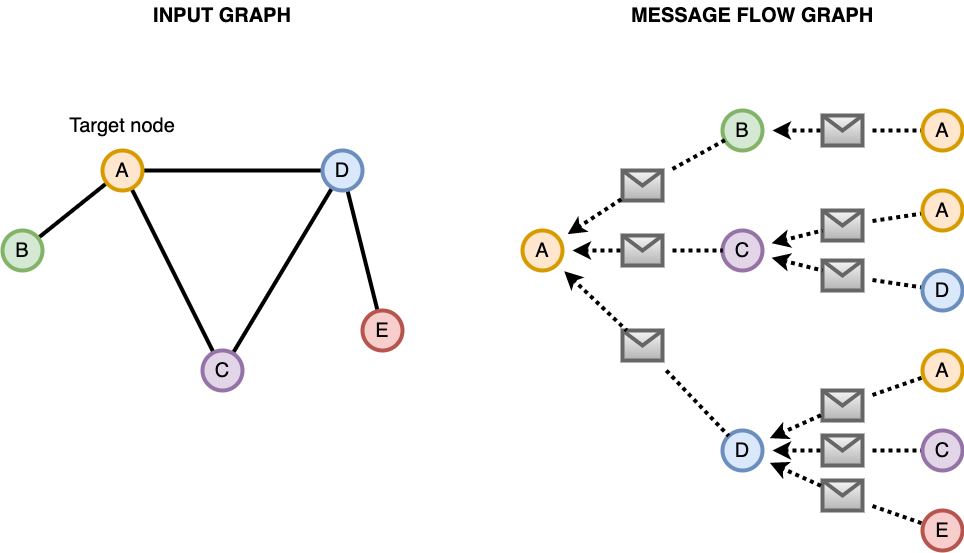
This is images/messpass.png from netspractice/network-science, a draw.io export, as it was before one commit. Source tidied: cells renumbered, new cells last; positions are measured from the earlier drawing's top-left corner, leaving out a move shared by most shapes.
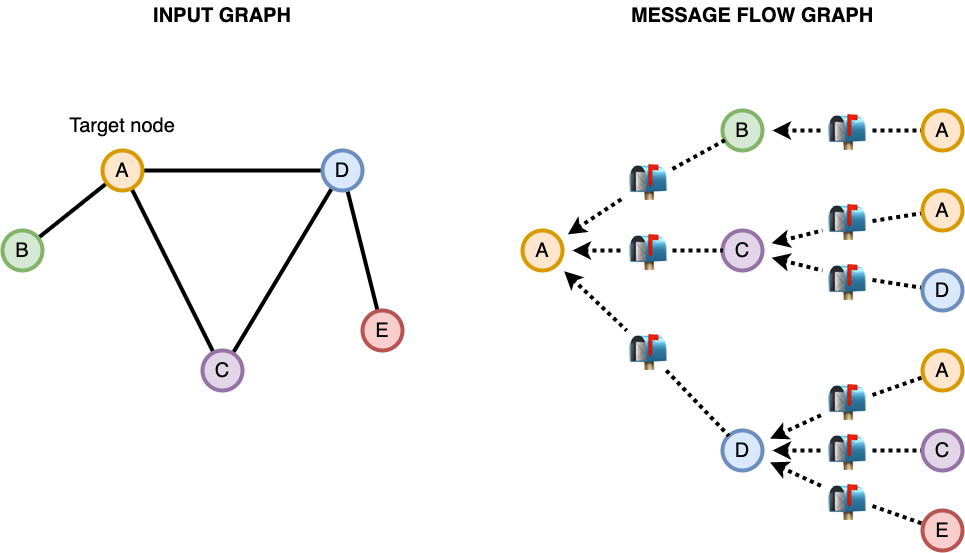
After the change.

Commit message:
upd mess pass image

Change to the diagram source:
```diff
@@ -32,41 +32,59 @@
     <mxCell id="11" value="E" style="ellipse;whiteSpace=wrap;html=1;strokeWidth=4;fillColor=#f8cecc;strokeColor=#b85450;fontSize=20;" parent="1" vertex="1">
       <mxGeometry x="360" y="310" width="40" height="40" as="geometry" />
     </mxCell>
-    <mxCell id="12" style="edgeStyle=none;rounded=0;jettySize=auto;html=1;startArrow=none;startFill=1;endArrow=none;endFill=0;strokeWidth=4;fontSize=20;targetPerimeterSpacing=0;sourcePerimeterSpacing=10;dashed=1;dashPattern=1 1;" parent="1" edge="1" source="37" target="28">
-      <mxGeometry relative="1" as="geometry" />
+    <mxCell id="12" style="edgeStyle=none;rounded=0;jettySize=auto;html=1;startArrow=none;startFill=1;endArrow=none;endFill=0;strokeWidth=4;fontSize=20;targetPerimeterSpacing=0;sourcePerimeterSpacing=10;dashed=1;dashPattern=1 1;" parent="1" edge="1" target="28">
+      <mxGeometry relative="1" as="geometry">
+        <mxPoint x="870" y="130" as="sourcePoint" />
+      </mxGeometry>
     </mxCell>
     <mxCell id="13" value="B" style="ellipse;whiteSpace=wrap;html=1;strokeWidth=4;fillColor=#d5e8d4;strokeColor=#82b366;fontSize=20;" parent="1" vertex="1">
       <mxGeometry x="720" y="110" width="40" height="40" as="geometry" />
     </mxCell>
-    <mxCell id="14" style="edgeStyle=none;rounded=0;jettySize=auto;html=1;startArrow=none;startFill=1;endArrow=none;endFill=0;strokeWidth=4;fontSize=20;targetPerimeterSpacing=0;sourcePerimeterSpacing=10;dashed=1;dashPattern=1 1;" parent="1" edge="1" source="41" target="25">
-      <mxGeometry relative="1" as="geometry" />
+    <mxCell id="14" style="edgeStyle=none;rounded=0;jettySize=auto;html=1;startArrow=none;startFill=1;endArrow=none;endFill=0;strokeWidth=4;fontSize=20;targetPerimeterSpacing=0;sourcePerimeterSpacing=10;dashed=1;dashPattern=1 1;" parent="1" edge="1" target="25">
+      <mxGeometry relative="1" as="geometry">
+        <mxPoint x="870" y="279.5" as="sourcePoint" />
+      </mxGeometry>
     </mxCell>
-    <mxCell id="15" style="edgeStyle=none;rounded=0;jettySize=auto;html=1;startArrow=none;startFill=1;endArrow=none;endFill=0;strokeWidth=4;fontSize=20;targetPerimeterSpacing=0;sourcePerimeterSpacing=10;dashed=1;dashPattern=1 1;" parent="1" edge="1" source="39" target="26">
-      <mxGeometry relative="1" as="geometry" />
+    <mxCell id="15" style="edgeStyle=none;rounded=0;jettySize=auto;html=1;startArrow=none;startFill=1;endArrow=none;endFill=0;strokeWidth=4;fontSize=20;targetPerimeterSpacing=0;sourcePerimeterSpacing=10;dashed=1;dashPattern=1 1;spacing=2;" parent="1" edge="1" target="26">
+      <mxGeometry relative="1" as="geometry">
+        <mxPoint x="870" y="220.5" as="sourcePoint" />
+      </mxGeometry>
     </mxCell>
     <mxCell id="16" value="C" style="ellipse;whiteSpace=wrap;html=1;strokeWidth=4;fillColor=#e1d5e7;strokeColor=#9673a6;fontSize=20;" parent="1" vertex="1">
       <mxGeometry x="720" y="230" width="40" height="40" as="geometry" />
     </mxCell>
-    <mxCell id="17" style="edgeStyle=none;rounded=0;jettySize=auto;html=1;startArrow=none;startFill=1;endArrow=none;endFill=0;strokeWidth=4;fontSize=20;targetPerimeterSpacing=0;sourcePerimeterSpacing=10;dashed=1;dashPattern=1 1;" parent="1" edge="1" source="48" target="27">
-      <mxGeometry relative="1" as="geometry" />
+    <mxCell id="17" style="edgeStyle=none;rounded=0;jettySize=auto;html=1;startArrow=none;startFill=1;endArrow=none;endFill=0;strokeWidth=4;fontSize=20;targetPerimeterSpacing=0;sourcePerimeterSpacing=10;dashed=1;dashPattern=1 1;" parent="1" edge="1" target="27">
+      <mxGeometry relative="1" as="geometry">
+        <mxPoint x="870" y="394.5" as="sourcePoint" />
+      </mxGeometry>
     </mxCell>
-    <mxCell id="18" style="edgeStyle=none;rounded=0;jettySize=auto;html=1;startArrow=none;startFill=1;endArrow=none;endFill=0;strokeWidth=4;fontSize=20;targetPerimeterSpacing=0;sourcePerimeterSpacing=10;dashed=1;dashPattern=1 1;" parent="1" edge="1" source="43" target="29">
-      <mxGeometry relative="1" as="geometry" />
+    <mxCell id="18" style="edgeStyle=none;rounded=0;jettySize=auto;html=1;startArrow=none;startFill=1;endArrow=none;endFill=0;strokeWidth=4;fontSize=20;targetPerimeterSpacing=0;sourcePerimeterSpacing=10;dashed=1;dashPattern=1 1;" parent="1" edge="1" target="29">
+      <mxGeometry relative="1" as="geometry">
+        <mxPoint x="870" y="450" as="sourcePoint" />
+      </mxGeometry>
     </mxCell>
-    <mxCell id="19" style="edgeStyle=none;rounded=0;jettySize=auto;html=1;startArrow=none;startFill=1;endArrow=none;endFill=0;strokeWidth=4;fontSize=20;targetPerimeterSpacing=0;sourcePerimeterSpacing=10;dashed=1;dashPattern=1 1;" parent="1" edge="1" source="45" target="30">
-      <mxGeometry relative="1" as="geometry" />
+    <mxCell id="19" style="edgeStyle=none;rounded=0;jettySize=auto;html=1;startArrow=none;startFill=1;endArrow=none;endFill=0;strokeWidth=4;fontSize=20;targetPerimeterSpacing=0;sourcePerimeterSpacing=10;dashed=1;dashPattern=1 1;" parent="1" edge="1" target="30">
+      <mxGeometry relative="1" as="geometry">
+        <mxPoint x="870" y="505.5" as="sourcePoint" />
+      </mxGeometry>
     </mxCell>
     <mxCell id="20" value="D" style="ellipse;whiteSpace=wrap;html=1;strokeWidth=4;fillColor=#dae8fc;strokeColor=#6c8ebf;fontSize=20;" parent="1" vertex="1">
       <mxGeometry x="720" y="430" width="40" height="40" as="geometry" />
     </mxCell>
-    <mxCell id="21" style="rounded=0;jettySize=auto;html=1;endArrow=none;endFill=0;startArrow=none;startFill=1;strokeWidth=4;fontSize=20;targetPerimeterSpacing=0;sourcePerimeterSpacing=10;dashed=1;dashPattern=1 1;" parent="1" edge="1" source="31" target="13">
-      <mxGeometry relative="1" as="geometry" />
+    <mxCell id="21" style="rounded=0;jettySize=auto;html=1;endArrow=none;endFill=0;startArrow=none;startFill=1;strokeWidth=4;fontSize=20;targetPerimeterSpacing=0;sourcePerimeterSpacing=10;dashed=1;dashPattern=1 1;" parent="1" edge="1" target="13">
+      <mxGeometry relative="1" as="geometry">
+        <mxPoint x="670" y="168.5" as="sourcePoint" />
+      </mxGeometry>
     </mxCell>
-    <mxCell id="22" style="rounded=0;jettySize=auto;html=1;endArrow=none;endFill=0;startArrow=none;startFill=1;strokeWidth=4;fontSize=20;targetPerimeterSpacing=0;sourcePerimeterSpacing=10;dashed=1;dashPattern=1 1;" parent="1" edge="1" source="33" target="16">
-      <mxGeometry relative="1" as="geometry" />
+    <mxCell id="22" style="rounded=0;jettySize=auto;html=1;endArrow=none;endFill=0;startArrow=none;startFill=1;strokeWidth=4;fontSize=20;targetPerimeterSpacing=0;sourcePerimeterSpacing=10;dashed=1;dashPattern=1 1;" parent="1" edge="1" target="16">
+      <mxGeometry relative="1" as="geometry">
+        <mxPoint x="670" y="250" as="sourcePoint" />
+      </mxGeometry>
     </mxCell>
-    <mxCell id="23" style="rounded=0;jettySize=auto;html=1;endArrow=none;endFill=0;startArrow=none;startFill=1;strokeWidth=4;fontSize=20;targetPerimeterSpacing=0;sourcePerimeterSpacing=10;dashed=1;dashPattern=1 1;" parent="1" edge="1" source="35" target="20">
-      <mxGeometry relative="1" as="geometry" />
+    <mxCell id="23" style="rounded=0;jettySize=auto;html=1;endArrow=none;endFill=0;startArrow=none;startFill=1;strokeWidth=4;fontSize=20;targetPerimeterSpacing=0;sourcePerimeterSpacing=10;dashed=1;dashPattern=1 1;" parent="1" edge="1" target="20">
+      <mxGeometry relative="1" as="geometry">
+        <mxPoint x="663.8" y="370" as="sourcePoint" />
+      </mxGeometry>
     </mxCell>
     <mxCell id="24" value="A" style="ellipse;whiteSpace=wrap;html=1;strokeWidth=4;fillColor=#ffe6cc;strokeColor=#d79b00;fontSize=20;" parent="1" vertex="1">
       <mxGeometry x="520" y="230" width="40" height="40" as="geometry" />
@@ -89,62 +107,53 @@
     <mxCell id="30" value="E" style="ellipse;whiteSpace=wrap;html=1;strokeWidth=4;fillColor=#f8cecc;strokeColor=#b85450;fontSize=20;" parent="1" vertex="1">
       <mxGeometry x="920" y="510" width="40" height="40" as="geometry" />
     </mxCell>
-    <mxCell id="31" style="shape=message;html=1;whiteSpace=wrap;html=1;outlineConnect=0;strokeWidth=4;fontSize=20;fillColor=#f5f5f5;strokeColor=#666666;gradientColor=#b3b3b3;" parent="1" vertex="1">
-      <mxGeometry x="620" y="170" width="40" height="30" as="geometry" />
-    </mxCell>
-    <mxCell id="32" style="rounded=0;jettySize=auto;html=1;endArrow=none;endFill=0;startArrow=classic;startFill=1;strokeWidth=4;fontSize=20;targetPerimeterSpacing=0;sourcePerimeterSpacing=10;dashed=1;dashPattern=1 1;" parent="1" edge="1" source="24" target="31">
-      <mxGeometry relative="1" as="geometry" />
+    <mxCell id="32" style="rounded=0;jettySize=auto;html=1;endArrow=none;endFill=0;startArrow=classic;startFill=1;strokeWidth=4;fontSize=20;targetPerimeterSpacing=0;sourcePerimeterSpacing=10;dashed=1;dashPattern=1 1;" parent="1" edge="1" source="24">
+      <mxGeometry relative="1" as="geometry">
+        <mxPoint x="620" y="198" as="targetPoint" />
+      </mxGeometry>
     </mxCell>
-    <mxCell id="33" style="shape=message;html=1;whiteSpace=wrap;html=1;outlineConnect=0;strokeWidth=4;fontSize=20;fillColor=#f5f5f5;strokeColor=#666666;gradientColor=#b3b3b3;" parent="1" vertex="1">
-      <mxGeometry x="620" y="235" width="40" height="30" as="geometry" />
-    </mxCell>
-    <mxCell id="34" style="rounded=0;jettySize=auto;html=1;endArrow=none;endFill=0;startArrow=classic;startFill=1;strokeWidth=4;fontSize=20;targetPerimeterSpacing=0;sourcePerimeterSpacing=10;dashed=1;dashPattern=1 1;" parent="1" edge="1" source="24" target="33">
-      <mxGeometry relative="1" as="geometry" />
+    <mxCell id="34" style="rounded=0;jettySize=auto;html=1;endArrow=none;endFill=0;startArrow=classic;startFill=1;strokeWidth=4;fontSize=20;targetPerimeterSpacing=0;sourcePerimeterSpacing=10;dashed=1;dashPattern=1 1;" parent="1" edge="1" source="24">
+      <mxGeometry relative="1" as="geometry">
+        <mxPoint x="620" y="250" as="targetPoint" />
+      </mxGeometry>
     </mxCell>
-    <mxCell id="35" style="shape=message;html=1;whiteSpace=wrap;html=1;outlineConnect=0;strokeWidth=4;fontSize=20;fillColor=#f5f5f5;strokeColor=#666666;gradientColor=#b3b3b3;" parent="1" vertex="1">
-      <mxGeometry x="620" y="330" width="40" height="30" as="geometry" />
-    </mxCell>
-    <mxCell id="36" style="rounded=0;jettySize=auto;html=1;endArrow=none;endFill=0;startArrow=classic;startFill=1;strokeWidth=4;fontSize=20;targetPerimeterSpacing=0;sourcePerimeterSpacing=10;dashed=1;dashPattern=1 1;" parent="1" edge="1" source="24" target="35">
-      <mxGeometry relative="1" as="geometry" />
+    <mxCell id="36" style="rounded=0;jettySize=auto;html=1;endArrow=none;endFill=0;startArrow=classic;startFill=1;strokeWidth=4;fontSize=20;targetPerimeterSpacing=0;sourcePerimeterSpacing=10;dashed=1;dashPattern=1 1;" parent="1" edge="1" source="24">
+      <mxGeometry relative="1" as="geometry">
+        <mxPoint x="624.2" y="330" as="targetPoint" />
+      </mxGeometry>
     </mxCell>
-    <mxCell id="37" style="shape=message;html=1;whiteSpace=wrap;html=1;outlineConnect=0;strokeWidth=4;fontSize=20;fillColor=#f5f5f5;strokeColor=#666666;gradientColor=#b3b3b3;" parent="1" vertex="1">
-      <mxGeometry x="820" y="115" width="40" height="30" as="geometry" />
-    </mxCell>
-    <mxCell id="38" style="edgeStyle=none;rounded=0;jettySize=auto;html=1;startArrow=classic;startFill=1;endArrow=none;endFill=0;strokeWidth=4;fontSize=20;targetPerimeterSpacing=0;sourcePerimeterSpacing=10;dashed=1;dashPattern=1 1;" parent="1" edge="1" source="13" target="37">
-      <mxGeometry relative="1" as="geometry" />
+    <mxCell id="38" style="edgeStyle=none;rounded=0;jettySize=auto;html=1;startArrow=classic;startFill=1;endArrow=none;endFill=0;strokeWidth=4;fontSize=20;targetPerimeterSpacing=0;sourcePerimeterSpacing=10;dashed=1;dashPattern=1 1;" parent="1" edge="1" source="13">
+      <mxGeometry relative="1" as="geometry">
+        <mxPoint x="820" y="130" as="targetPoint" />
+      </mxGeometry>
     </mxCell>
-    <mxCell id="39" style="shape=message;html=1;whiteSpace=wrap;html=1;outlineConnect=0;strokeWidth=4;fontSize=20;fillColor=#f5f5f5;strokeColor=#666666;gradientColor=#b3b3b3;" parent="1" vertex="1">
-      <mxGeometry x="820" y="210" width="40" height="30" as="geometry" />
-    </mxCell>
-    <mxCell id="40" style="edgeStyle=none;rounded=0;jettySize=auto;html=1;startArrow=classic;startFill=1;endArrow=none;endFill=0;strokeWidth=4;fontSize=20;targetPerimeterSpacing=0;sourcePerimeterSpacing=10;dashed=1;dashPattern=1 1;" parent="1" edge="1" source="16" target="39">
-      <mxGeometry relative="1" as="geometry" />
+    <mxCell id="40" style="edgeStyle=none;rounded=0;jettySize=auto;html=1;startArrow=classic;startFill=1;endArrow=none;endFill=0;strokeWidth=4;fontSize=20;targetPerimeterSpacing=0;sourcePerimeterSpacing=10;dashed=1;dashPattern=1 1;" parent="1" edge="1" source="16">
+      <mxGeometry relative="1" as="geometry">
+        <mxPoint x="820" y="230" as="targetPoint" />
+      </mxGeometry>
     </mxCell>
-    <mxCell id="41" style="shape=message;html=1;whiteSpace=wrap;html=1;outlineConnect=0;strokeWidth=4;fontSize=20;fillColor=#f5f5f5;strokeColor=#666666;gradientColor=#b3b3b3;" parent="1" vertex="1">
-      <mxGeometry x="820" y="260" width="40" height="30" as="geometry" />
-    </mxCell>
-    <mxCell id="42" style="edgeStyle=none;rounded=0;jettySize=auto;html=1;startArrow=classic;startFill=1;endArrow=none;endFill=0;strokeWidth=4;fontSize=20;targetPerimeterSpacing=0;sourcePerimeterSpacing=10;dashed=1;dashPattern=1 1;" parent="1" edge="1" source="16" target="41">
-      <mxGeometry relative="1" as="geometry" />
+    <mxCell id="42" style="edgeStyle=none;rounded=0;jettySize=auto;html=1;startArrow=classic;startFill=1;endArrow=none;endFill=0;strokeWidth=4;fontSize=20;targetPerimeterSpacing=0;sourcePerimeterSpacing=10;dashed=1;dashPattern=1 1;" parent="1" edge="1" source="16">
+      <mxGeometry relative="1" as="geometry">
+        <mxPoint x="820" y="270" as="targetPoint" />
+      </mxGeometry>
     </mxCell>
-    <mxCell id="43" style="shape=message;html=1;whiteSpace=wrap;html=1;outlineConnect=0;strokeWidth=4;fontSize=20;fillColor=#f5f5f5;strokeColor=#666666;gradientColor=#b3b3b3;" parent="1" vertex="1">
-      <mxGeometry x="820" y="435" width="40" height="30" as="geometry" />
-    </mxCell>
-    <mxCell id="44" style="edgeStyle=none;rounded=0;jettySize=auto;html=1;startArrow=classic;startFill=1;endArrow=none;endFill=0;strokeWidth=4;fontSize=20;targetPerimeterSpacing=0;sourcePerimeterSpacing=10;dashed=1;dashPattern=1 1;" parent="1" edge="1" source="20" target="43">
-      <mxGeometry relative="1" as="geometry" />
+    <mxCell id="44" style="edgeStyle=none;rounded=0;jettySize=auto;html=1;startArrow=classic;startFill=1;endArrow=none;endFill=0;strokeWidth=4;fontSize=20;targetPerimeterSpacing=0;sourcePerimeterSpacing=10;dashed=1;dashPattern=1 1;" parent="1" edge="1" source="20">
+      <mxGeometry relative="1" as="geometry">
+        <mxPoint x="820" y="450" as="targetPoint" />
+      </mxGeometry>
     </mxCell>
-    <mxCell id="45" style="shape=message;html=1;whiteSpace=wrap;html=1;outlineConnect=0;strokeWidth=4;fontSize=20;fillColor=#f5f5f5;strokeColor=#666666;gradientColor=#b3b3b3;" parent="1" vertex="1">
-      <mxGeometry x="820" y="480" width="40" height="30" as="geometry" />
-    </mxCell>
-    <mxCell id="46" style="edgeStyle=none;rounded=0;jettySize=auto;html=1;startArrow=classic;startFill=1;endArrow=none;endFill=0;strokeWidth=4;fontSize=20;targetPerimeterSpacing=0;sourcePerimeterSpacing=10;dashed=1;dashPattern=1 1;" parent="1" edge="1" source="20" target="45">
-      <mxGeometry relative="1" as="geometry" />
+    <mxCell id="46" style="edgeStyle=none;rounded=0;jettySize=auto;html=1;startArrow=classic;startFill=1;endArrow=none;endFill=0;strokeWidth=4;fontSize=20;targetPerimeterSpacing=0;sourcePerimeterSpacing=10;dashed=1;dashPattern=1 1;" parent="1" edge="1" source="20">
+      <mxGeometry relative="1" as="geometry">
+        <mxPoint x="820" y="486" as="targetPoint" />
+      </mxGeometry>
     </mxCell>
     <mxCell id="47" value="Target node" style="text;html=1;strokeColor=none;fillColor=none;align=center;verticalAlign=middle;whiteSpace=wrap;rounded=0;fontSize=20;" parent="1" vertex="1">
       <mxGeometry x="55" y="110" width="130" height="30" as="geometry" />
     </mxCell>
-    <mxCell id="48" style="shape=message;html=1;whiteSpace=wrap;html=1;outlineConnect=0;strokeWidth=4;fontSize=20;fillColor=#f5f5f5;strokeColor=#666666;gradientColor=#b3b3b3;" parent="1" vertex="1">
-      <mxGeometry x="820" y="390" width="40" height="30" as="geometry" />
-    </mxCell>
-    <mxCell id="49" style="edgeStyle=none;rounded=0;jettySize=auto;html=1;startArrow=classic;startFill=1;endArrow=none;endFill=0;strokeWidth=4;fontSize=20;targetPerimeterSpacing=0;sourcePerimeterSpacing=10;dashed=1;dashPattern=1 1;" parent="1" edge="1" source="20" target="48">
-      <mxGeometry relative="1" as="geometry" />
+    <mxCell id="49" style="edgeStyle=none;rounded=0;jettySize=auto;html=1;startArrow=classic;startFill=1;endArrow=none;endFill=0;strokeWidth=4;fontSize=20;targetPerimeterSpacing=0;sourcePerimeterSpacing=10;dashed=1;dashPattern=1 1;" parent="1" edge="1" source="20">
+      <mxGeometry relative="1" as="geometry">
+        <mxPoint x="820" y="414" as="targetPoint" />
+      </mxGeometry>
     </mxCell>
     <mxCell id="50" value="INPUT GRAPH" style="text;html=1;strokeColor=none;fillColor=none;align=center;verticalAlign=middle;whiteSpace=wrap;rounded=0;dashed=1;fontSize=20;fontStyle=1;" parent="1" vertex="1">
       <mxGeometry x="40" width="360" height="30" as="geometry" />
@@ -152,5 +161,32 @@
     <mxCell id="51" value="MESSAGE FLOW GRAPH" style="text;html=1;strokeColor=none;fillColor=none;align=center;verticalAlign=middle;whiteSpace=wrap;rounded=0;dashed=1;fontSize=20;fontStyle=1;" parent="1" vertex="1">
       <mxGeometry x="570" width="360" height="30" as="geometry" />
     </mxCell>
+    <mxCell id="52" value="📬" style="text;whiteSpace=wrap;html=1;fontSize=40;align=center;" parent="1" vertex="1">
+      <mxGeometry x="621" y="150" width="50" height="40" as="geometry" />
+    </mxCell>
+    <mxCell id="53" value="📬" style="text;whiteSpace=wrap;html=1;fontSize=40;align=center;" parent="1" vertex="1">
+      <mxGeometry x="621" y="220" width="50" height="40" as="geometry" />
+    </mxCell>
+    <mxCell id="54" value="📬" style="text;whiteSpace=wrap;html=1;fontSize=40;align=center;" parent="1" vertex="1">
+      <mxGeometry x="621" y="320" width="50" height="40" as="geometry" />
+    </mxCell>
+    <mxCell id="55" value="📬" style="text;whiteSpace=wrap;html=1;fontSize=40;align=center;" parent="1" vertex="1">
+      <mxGeometry x="820" y="100" width="50" height="40" as="geometry" />
+    </mxCell>
+    <mxCell id="56" value="📬" style="text;whiteSpace=wrap;html=1;fontSize=40;align=center;" parent="1" vertex="1">
+      <mxGeometry x="820" y="190" width="50" height="40" as="geometry" />
+    </mxCell>
+    <mxCell id="57" value="📬" style="text;whiteSpace=wrap;html=1;fontSize=40;align=center;" parent="1" vertex="1">
+      <mxGeometry x="820" y="250" width="50" height="40" as="geometry" />
+    </mxCell>
+    <mxCell id="58" value="📬" style="text;whiteSpace=wrap;html=1;fontSize=40;align=center;" parent="1" vertex="1">
+      <mxGeometry x="820" y="370" width="50" height="40" as="geometry" />
+    </mxCell>
+    <mxCell id="59" value="📬" style="text;whiteSpace=wrap;html=1;fontSize=40;align=center;" parent="1" vertex="1">
+      <mxGeometry x="820" y="420" width="50" height="40" as="geometry" />
+    </mxCell>
+    <mxCell id="60" value="📬" style="text;whiteSpace=wrap;html=1;fontSize=40;align=center;" parent="1" vertex="1">
+      <mxGeometry x="820" y="470" width="50" height="40" as="geometry" />
+    </mxCell>
   </root>
 </mxGraphModel>
```
